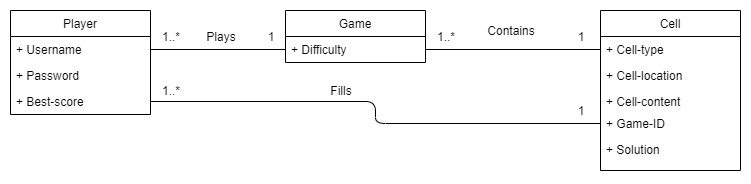
Before: documents/iteration1/images/DomainModel.png, a diagram exported from draw.io (binarytrails/kakuro). Source tidied: cells renumbered, new cells last; positions are measured from the earlier drawing's top-left corner, leaving out a move shared by most shapes. Its diagram source:
```xml
<mxGraphModel>
  <root>
    <mxCell id="0" />
    <mxCell id="1" parent="0" />
    <mxCell id="2" value="Player" style="swimlane;fontStyle=0;horizontal=1;startSize=26;fillColor=none;" parent="1" vertex="1">
      <mxGeometry width="140" height="104" as="geometry" />
    </mxCell>
    <mxCell id="3" value="+ Username&#10;" style="text;strokeColor=none;fillColor=none;align=left;verticalAlign=top;spacingLeft=4;spacingRight=4;overflow=hidden;points=[[0,0.5],[1,0.5]];portConstraint=eastwest;" parent="2" vertex="1">
      <mxGeometry y="26" width="140" height="26" as="geometry" />
    </mxCell>
    <mxCell id="4" value="+ Password&#10;" style="text;strokeColor=none;fillColor=none;align=left;verticalAlign=top;spacingLeft=4;spacingRight=4;overflow=hidden;points=[[0,0.5],[1,0.5]];portConstraint=eastwest;" parent="2" vertex="1">
      <mxGeometry y="52" width="140" height="26" as="geometry" />
    </mxCell>
    <mxCell id="5" value="+ Best-score" style="text;strokeColor=none;fillColor=none;align=left;verticalAlign=top;spacingLeft=4;spacingRight=4;overflow=hidden;points=[[0,0.5],[1,0.5]];portConstraint=eastwest;" parent="2" vertex="1">
      <mxGeometry y="78" width="140" height="26" as="geometry" />
    </mxCell>
    <mxCell id="6" value="Game" style="swimlane;fontStyle=0;horizontal=1;startSize=26;fillColor=none;" parent="1" vertex="1">
      <mxGeometry x="275" width="140" height="52" as="geometry" />
    </mxCell>
    <mxCell id="7" value="+ Difficulty" style="text;strokeColor=none;fillColor=none;align=left;verticalAlign=top;spacingLeft=4;spacingRight=4;overflow=hidden;points=[[0,0.5],[1,0.5]];portConstraint=eastwest;" parent="6" vertex="1">
      <mxGeometry y="26" width="140" height="26" as="geometry" />
    </mxCell>
    <mxCell id="8" value="Cell" style="swimlane;fontStyle=0;horizontal=1;startSize=26;fillColor=none;" parent="1" vertex="1">
      <mxGeometry x="590" width="140" height="160" as="geometry" />
    </mxCell>
    <mxCell id="9" value="+ Cell-type&#10;" style="text;strokeColor=none;fillColor=none;align=left;verticalAlign=top;spacingLeft=4;spacingRight=4;overflow=hidden;points=[[0,0.5],[1,0.5]];portConstraint=eastwest;" parent="8" vertex="1">
      <mxGeometry y="26" width="140" height="26" as="geometry" />
    </mxCell>
    <mxCell id="10" value="+ Cell-location" style="text;strokeColor=none;fillColor=none;align=left;verticalAlign=top;spacingLeft=4;spacingRight=4;overflow=hidden;" parent="8" vertex="1">
      <mxGeometry y="52" width="140" height="26" as="geometry" />
    </mxCell>
    <mxCell id="11" value="+ Cell-content&#10;&#10;" style="text;strokeColor=none;fillColor=none;align=left;verticalAlign=top;spacingLeft=4;spacingRight=4;overflow=hidden;" parent="8" vertex="1">
      <mxGeometry y="78" width="140" height="82" as="geometry" />
    </mxCell>
    <mxCell id="12" value="+ Game-ID" style="text;strokeColor=none;fillColor=none;align=left;verticalAlign=top;spacingLeft=4;spacingRight=4;overflow=hidden;points=[[0,0.5],[1,0.5]];portConstraint=eastwest;" parent="1" vertex="1">
      <mxGeometry x="590" y="100" width="100" height="26" as="geometry" />
    </mxCell>
    <mxCell id="13" value="Plays" style="text;html=1;strokeColor=none;fillColor=none;align=center;verticalAlign=middle;whiteSpace=wrap;rounded=0;" parent="1" vertex="1">
      <mxGeometry x="190" y="16" width="40" height="20" as="geometry" />
    </mxCell>
    <mxCell id="14" style="endArrow=none;html=1;entryX=0;entryY=0.75;entryDx=0;entryDy=0;exitX=1;exitY=0.5;exitDx=0;exitDy=0;" parent="1" edge="1" source="3" target="6">
      <mxGeometry relative="1" as="geometry" />
    </mxCell>
    <mxCell id="15" style="endArrow=none;html=1;exitX=1;exitY=0.75;exitDx=0;exitDy=0;edgeStyle=orthogonalEdgeStyle;entryX=0;entryY=0.5;entryDx=0;entryDy=0;" parent="1" edge="1" source="6" target="9">
      <mxGeometry relative="1" as="geometry" />
    </mxCell>
    <mxCell id="16" style="endArrow=none;html=1;entryX=0;entryY=0.5;entryDx=0;entryDy=0;exitX=1;exitY=0.5;exitDx=0;exitDy=0;edgeStyle=orthogonalEdgeStyle;" parent="1" edge="1" source="5" target="12">
      <mxGeometry relative="1" as="geometry" />
    </mxCell>
    <mxCell id="17" value="Fills" style="text;html=1;strokeColor=none;fillColor=none;align=center;verticalAlign=middle;whiteSpace=wrap;rounded=0;" parent="1" vertex="1">
      <mxGeometry x="310" y="70" width="40" height="20" as="geometry" />
    </mxCell>
    <mxCell id="18" value="Contains" style="text;html=1;strokeColor=none;fillColor=none;align=center;verticalAlign=middle;whiteSpace=wrap;rounded=0;" parent="1" vertex="1">
      <mxGeometry x="480" y="10" width="40" height="20" as="geometry" />
    </mxCell>
    <mxCell id="19" value="+ Solution" style="text;strokeColor=none;fillColor=none;align=left;verticalAlign=top;spacingLeft=4;spacingRight=4;overflow=hidden;" parent="1" vertex="1">
      <mxGeometry x="590" y="126" width="100" height="26" as="geometry" />
    </mxCell>
    <mxCell id="20" value="1..*" style="text;html=1;strokeColor=none;fillColor=none;align=center;verticalAlign=middle;whiteSpace=wrap;rounded=0;" parent="1" vertex="1">
      <mxGeometry x="140" y="16" width="40" height="20" as="geometry" />
    </mxCell>
    <mxCell id="21" value="1" style="text;html=1;strokeColor=none;fillColor=none;align=center;verticalAlign=middle;whiteSpace=wrap;rounded=0;" parent="1" vertex="1">
      <mxGeometry x="550" y="16" width="40" height="20" as="geometry" />
    </mxCell>
    <mxCell id="22" value="1..*" style="text;html=1;strokeColor=none;fillColor=none;align=center;verticalAlign=middle;whiteSpace=wrap;rounded=0;" parent="1" vertex="1">
      <mxGeometry x="415" y="16" width="40" height="20" as="geometry" />
    </mxCell>
    <mxCell id="23" value="1" style="text;html=1;strokeColor=none;fillColor=none;align=center;verticalAlign=middle;whiteSpace=wrap;rounded=0;" parent="1" vertex="1">
      <mxGeometry x="240" y="16" width="40" height="20" as="geometry" />
    </mxCell>
    <mxCell id="24" value="1" style="text;html=1;strokeColor=none;fillColor=none;align=center;verticalAlign=middle;whiteSpace=wrap;rounded=0;" parent="1" vertex="1">
      <mxGeometry x="550" y="90" width="40" height="20" as="geometry" />
    </mxCell>
    <mxCell id="25" value="1..*" style="text;html=1;strokeColor=none;fillColor=none;align=center;verticalAlign=middle;whiteSpace=wrap;rounded=0;" parent="1" vertex="1">
      <mxGeometry x="140" y="70" width="40" height="20" as="geometry" />
    </mxCell>
  </root>
</mxGraphModel>
```
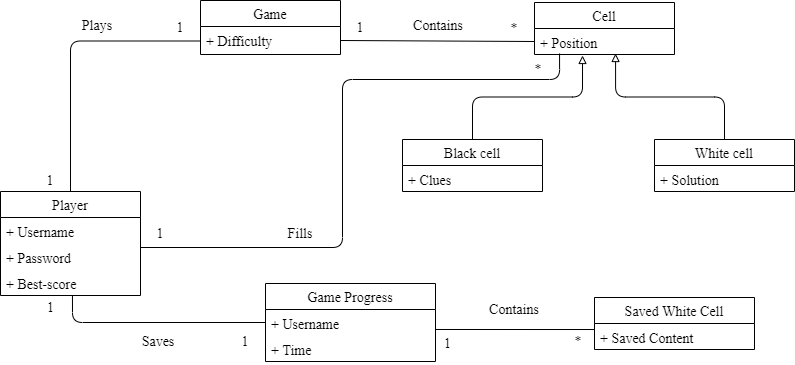
The same diagram one commit later.

Change to the diagram source:
```diff
@@ -2,77 +2,128 @@
   <root>
     <mxCell id="0" />
     <mxCell id="1" parent="0" />
-    <mxCell id="2" value="Player" style="swimlane;fontStyle=0;horizontal=1;startSize=26;fillColor=none;" parent="1" vertex="1">
-      <mxGeometry width="140" height="104" as="geometry" />
+    <mxCell id="2" value="Player" style="swimlane;fontStyle=0;horizontal=1;startSize=26;fillColor=none;fontSize=14;fontFamily=Garamond;" parent="1" vertex="1">
+      <mxGeometry x="-50" y="200" width="140" height="104" as="geometry" />
     </mxCell>
-    <mxCell id="3" value="+ Username&#10;" style="text;strokeColor=none;fillColor=none;align=left;verticalAlign=top;spacingLeft=4;spacingRight=4;overflow=hidden;points=[[0,0.5],[1,0.5]];portConstraint=eastwest;" parent="2" vertex="1">
+    <mxCell id="3" value="+ Username&#10;" style="text;strokeColor=none;fillColor=none;align=left;verticalAlign=top;spacingLeft=4;spacingRight=4;overflow=hidden;points=[[0,0.5],[1,0.5]];portConstraint=eastwest;fontSize=14;fontFamily=Garamond;" parent="2" vertex="1">
       <mxGeometry y="26" width="140" height="26" as="geometry" />
     </mxCell>
-    <mxCell id="4" value="+ Password&#10;" style="text;strokeColor=none;fillColor=none;align=left;verticalAlign=top;spacingLeft=4;spacingRight=4;overflow=hidden;points=[[0,0.5],[1,0.5]];portConstraint=eastwest;" parent="2" vertex="1">
+    <mxCell id="4" value="+ Password&#10;" style="text;strokeColor=none;fillColor=none;align=left;verticalAlign=top;spacingLeft=4;spacingRight=4;overflow=hidden;points=[[0,0.5],[1,0.5]];portConstraint=eastwest;fontSize=14;fontFamily=Garamond;" parent="2" vertex="1">
       <mxGeometry y="52" width="140" height="26" as="geometry" />
     </mxCell>
-    <mxCell id="5" value="+ Best-score" style="text;strokeColor=none;fillColor=none;align=left;verticalAlign=top;spacingLeft=4;spacingRight=4;overflow=hidden;points=[[0,0.5],[1,0.5]];portConstraint=eastwest;" parent="2" vertex="1">
+    <mxCell id="5" value="+ Best-score" style="text;strokeColor=none;fillColor=none;align=left;verticalAlign=top;spacingLeft=4;spacingRight=4;overflow=hidden;points=[[0,0.5],[1,0.5]];portConstraint=eastwest;fontSize=14;fontFamily=Garamond;" parent="2" vertex="1">
       <mxGeometry y="78" width="140" height="26" as="geometry" />
     </mxCell>
-    <mxCell id="6" value="Game" style="swimlane;fontStyle=0;horizontal=1;startSize=26;fillColor=none;" parent="1" vertex="1">
-      <mxGeometry x="275" width="140" height="52" as="geometry" />
+    <mxCell id="6" value="Game" style="swimlane;fontStyle=0;horizontal=1;startSize=26;fillColor=none;fontSize=14;fontFamily=Garamond;" parent="1" vertex="1">
+      <mxGeometry x="150" y="9" width="140" height="54" as="geometry" />
     </mxCell>
-    <mxCell id="7" value="+ Difficulty" style="text;strokeColor=none;fillColor=none;align=left;verticalAlign=top;spacingLeft=4;spacingRight=4;overflow=hidden;points=[[0,0.5],[1,0.5]];portConstraint=eastwest;" parent="6" vertex="1">
-      <mxGeometry y="26" width="140" height="26" as="geometry" />
+    <mxCell id="7" value="+ Difficulty" style="text;strokeColor=none;fillColor=none;align=left;verticalAlign=top;spacingLeft=4;spacingRight=4;overflow=hidden;points=[[0,0.5],[1,0.5]];portConstraint=eastwest;fontSize=14;fontFamily=Garamond;" parent="6" vertex="1">
+      <mxGeometry y="26" width="140" height="28" as="geometry" />
     </mxCell>
-    <mxCell id="8" value="Cell" style="swimlane;fontStyle=0;horizontal=1;startSize=26;fillColor=none;" parent="1" vertex="1">
-      <mxGeometry x="590" width="140" height="160" as="geometry" />
+    <mxCell id="8" value="Cell" style="swimlane;fontStyle=0;horizontal=1;startSize=26;fillColor=none;fontSize=14;fontFamily=Garamond;" parent="1" vertex="1">
+      <mxGeometry x="484" y="11" width="140" height="52" as="geometry" />
     </mxCell>
-    <mxCell id="9" value="+ Cell-type&#10;" style="text;strokeColor=none;fillColor=none;align=left;verticalAlign=top;spacingLeft=4;spacingRight=4;overflow=hidden;points=[[0,0.5],[1,0.5]];portConstraint=eastwest;" parent="8" vertex="1">
-      <mxGeometry y="26" width="140" height="26" as="geometry" />
-    </mxCell>
-    <mxCell id="10" value="+ Cell-location" style="text;strokeColor=none;fillColor=none;align=left;verticalAlign=top;spacingLeft=4;spacingRight=4;overflow=hidden;" parent="8" vertex="1">
-      <mxGeometry y="52" width="140" height="26" as="geometry" />
-    </mxCell>
-    <mxCell id="11" value="+ Cell-content&#10;&#10;" style="text;strokeColor=none;fillColor=none;align=left;verticalAlign=top;spacingLeft=4;spacingRight=4;overflow=hidden;" parent="8" vertex="1">
-      <mxGeometry y="78" width="140" height="82" as="geometry" />
-    </mxCell>
-    <mxCell id="12" value="+ Game-ID" style="text;strokeColor=none;fillColor=none;align=left;verticalAlign=top;spacingLeft=4;spacingRight=4;overflow=hidden;points=[[0,0.5],[1,0.5]];portConstraint=eastwest;" parent="1" vertex="1">
-      <mxGeometry x="590" y="100" width="100" height="26" as="geometry" />
-    </mxCell>
+    <mxCell id="26" value="+ Position" style="text;strokeColor=none;fillColor=none;align=left;verticalAlign=top;spacingLeft=4;spacingRight=4;overflow=hidden;points=[[0,0.5],[1,0.5]];portConstraint=eastwest;fontFamily=Garamond;fontSize=14;" parent="8" vertex="1">
+      <mxGeometry y="26" width="140" height="26" as="geometry" />
+    </mxCell>
-    <mxCell id="13" value="Plays" style="text;html=1;strokeColor=none;fillColor=none;align=center;verticalAlign=middle;whiteSpace=wrap;rounded=0;" parent="1" vertex="1">
-      <mxGeometry x="190" y="16" width="40" height="20" as="geometry" />
+    <mxCell id="13" value="Plays" style="text;html=1;strokeColor=none;fillColor=none;align=center;verticalAlign=middle;whiteSpace=wrap;rounded=0;fontSize=14;fontFamily=Garamond;" parent="1" vertex="1">
+      <mxGeometry x="27" y="24" width="40" height="20" as="geometry" />
     </mxCell>
-    <mxCell id="14" style="endArrow=none;html=1;entryX=0;entryY=0.75;entryDx=0;entryDy=0;exitX=1;exitY=0.5;exitDx=0;exitDy=0;" parent="1" edge="1" source="3" target="6">
+    <mxCell id="14" style="endArrow=none;html=1;entryX=0;entryY=0.75;entryDx=0;entryDy=0;exitX=0.5;exitY=0;exitDx=0;exitDy=0;edgeStyle=orthogonalEdgeStyle;fontSize=14;fontFamily=Garamond;" parent="1" edge="1" source="2" target="6">
       <mxGeometry relative="1" as="geometry" />
     </mxCell>
-    <mxCell id="15" style="endArrow=none;html=1;exitX=1;exitY=0.75;exitDx=0;exitDy=0;edgeStyle=orthogonalEdgeStyle;entryX=0;entryY=0.5;entryDx=0;entryDy=0;" parent="1" edge="1" source="6" target="9">
-      <mxGeometry relative="1" as="geometry" />
-    </mxCell>
-    <mxCell id="16" style="endArrow=none;html=1;entryX=0;entryY=0.5;entryDx=0;entryDy=0;exitX=1;exitY=0.5;exitDx=0;exitDy=0;edgeStyle=orthogonalEdgeStyle;" parent="1" edge="1" source="5" target="12">
-      <mxGeometry relative="1" as="geometry" />
-    </mxCell>
-    <mxCell id="17" value="Fills" style="text;html=1;strokeColor=none;fillColor=none;align=center;verticalAlign=middle;whiteSpace=wrap;rounded=0;" parent="1" vertex="1">
-      <mxGeometry x="310" y="70" width="40" height="20" as="geometry" />
+    <mxCell id="17" value="Fills" style="text;html=1;strokeColor=none;fillColor=none;align=center;verticalAlign=middle;whiteSpace=wrap;rounded=0;fontSize=14;fontFamily=Garamond;" parent="1" vertex="1">
+      <mxGeometry x="230" y="232" width="40" height="20" as="geometry" />
     </mxCell>
-    <mxCell id="18" value="Contains" style="text;html=1;strokeColor=none;fillColor=none;align=center;verticalAlign=middle;whiteSpace=wrap;rounded=0;" parent="1" vertex="1">
-      <mxGeometry x="480" y="10" width="40" height="20" as="geometry" />
+    <mxCell id="18" value="Contains" style="text;html=1;strokeColor=none;fillColor=none;align=center;verticalAlign=middle;whiteSpace=wrap;rounded=0;fontSize=14;fontFamily=Garamond;" parent="1" vertex="1">
+      <mxGeometry x="368" y="24" width="40" height="20" as="geometry" />
     </mxCell>
-    <mxCell id="19" value="+ Solution" style="text;strokeColor=none;fillColor=none;align=left;verticalAlign=top;spacingLeft=4;spacingRight=4;overflow=hidden;" parent="1" vertex="1">
-      <mxGeometry x="590" y="126" width="100" height="26" as="geometry" />
-    </mxCell>
-    <mxCell id="20" value="1..*" style="text;html=1;strokeColor=none;fillColor=none;align=center;verticalAlign=middle;whiteSpace=wrap;rounded=0;" parent="1" vertex="1">
-      <mxGeometry x="140" y="16" width="40" height="20" as="geometry" />
+    <mxCell id="20" value="1" style="text;html=1;strokeColor=none;fillColor=none;align=center;verticalAlign=middle;whiteSpace=wrap;rounded=0;fontSize=14;fontFamily=Garamond;" parent="1" vertex="1">
+      <mxGeometry x="-20" y="179" width="40" height="20" as="geometry" />
     </mxCell>
-    <mxCell id="21" value="1" style="text;html=1;strokeColor=none;fillColor=none;align=center;verticalAlign=middle;whiteSpace=wrap;rounded=0;" parent="1" vertex="1">
-      <mxGeometry x="550" y="16" width="40" height="20" as="geometry" />
+    <mxCell id="21" value="1" style="text;html=1;strokeColor=none;fillColor=none;align=center;verticalAlign=middle;whiteSpace=wrap;rounded=0;fontSize=14;fontFamily=Garamond;" parent="1" vertex="1">
+      <mxGeometry x="290" y="26" width="40" height="20" as="geometry" />
     </mxCell>
-    <mxCell id="22" value="1..*" style="text;html=1;strokeColor=none;fillColor=none;align=center;verticalAlign=middle;whiteSpace=wrap;rounded=0;" parent="1" vertex="1">
-      <mxGeometry x="415" y="16" width="40" height="20" as="geometry" />
+    <mxCell id="22" value="*" style="text;html=1;strokeColor=none;fillColor=none;align=center;verticalAlign=middle;whiteSpace=wrap;rounded=0;fontSize=14;fontFamily=Garamond;" parent="1" vertex="1">
+      <mxGeometry x="444" y="27" width="40" height="20" as="geometry" />
     </mxCell>
-    <mxCell id="23" value="1" style="text;html=1;strokeColor=none;fillColor=none;align=center;verticalAlign=middle;whiteSpace=wrap;rounded=0;" parent="1" vertex="1">
-      <mxGeometry x="240" y="16" width="40" height="20" as="geometry" />
+    <mxCell id="23" value="1" style="text;html=1;strokeColor=none;fillColor=none;align=center;verticalAlign=middle;whiteSpace=wrap;rounded=0;fontSize=14;fontFamily=Garamond;" parent="1" vertex="1">
+      <mxGeometry x="110" y="26" width="40" height="20" as="geometry" />
     </mxCell>
-    <mxCell id="24" value="1" style="text;html=1;strokeColor=none;fillColor=none;align=center;verticalAlign=middle;whiteSpace=wrap;rounded=0;" parent="1" vertex="1">
-      <mxGeometry x="550" y="90" width="40" height="20" as="geometry" />
-    </mxCell>
-    <mxCell id="25" value="1..*" style="text;html=1;strokeColor=none;fillColor=none;align=center;verticalAlign=middle;whiteSpace=wrap;rounded=0;" parent="1" vertex="1">
-      <mxGeometry x="140" y="70" width="40" height="20" as="geometry" />
+    <mxCell id="25" value="1" style="text;html=1;strokeColor=none;fillColor=none;align=center;verticalAlign=middle;whiteSpace=wrap;rounded=0;fontSize=14;fontFamily=Garamond;" parent="1" vertex="1">
+      <mxGeometry x="175" y="340" width="40" height="20" as="geometry" />
     </mxCell>
+    <mxCell id="27" value="Game Progress" style="swimlane;fontStyle=0;horizontal=1;startSize=26;fillColor=none;fontSize=14;fontFamily=Garamond;" parent="1" vertex="1">
+      <mxGeometry x="215" y="292" width="170" height="78" as="geometry" />
+    </mxCell>
+    <mxCell id="28" value="+ Username" style="text;strokeColor=none;fillColor=none;align=left;verticalAlign=top;spacingLeft=4;spacingRight=4;overflow=hidden;points=[[0,0.5],[1,0.5]];portConstraint=eastwest;fontSize=14;fontFamily=Garamond;" parent="27" vertex="1">
+      <mxGeometry y="26" width="170" height="26" as="geometry" />
+    </mxCell>
+    <mxCell id="29" value="+ Time&#10;" style="text;strokeColor=none;fillColor=none;align=left;verticalAlign=top;spacingLeft=4;spacingRight=4;overflow=hidden;fontSize=14;fontFamily=Garamond;" parent="27" vertex="1">
+      <mxGeometry y="52" width="170" height="26" as="geometry" />
+    </mxCell>
+    <mxCell id="30" value="Saved White Cell" style="swimlane;fontStyle=0;horizontal=1;startSize=26;fillColor=none;fontSize=14;fontFamily=Garamond;" parent="1" vertex="1">
+      <mxGeometry x="544" y="306" width="160" height="52" as="geometry" />
+    </mxCell>
+    <mxCell id="31" value="+ Saved Content" style="text;strokeColor=none;fillColor=none;align=left;verticalAlign=top;spacingLeft=4;spacingRight=4;overflow=hidden;points=[[0,0.5],[1,0.5]];portConstraint=eastwest;fontSize=14;fontFamily=Garamond;" parent="30" vertex="1">
+      <mxGeometry y="26" width="160" height="26" as="geometry" />
+    </mxCell>
+    <mxCell id="32" value="Saves" style="text;html=1;strokeColor=none;fillColor=none;align=center;verticalAlign=middle;whiteSpace=wrap;rounded=0;fontSize=14;fontFamily=Garamond;" parent="1" vertex="1">
+      <mxGeometry x="88" y="340" width="40" height="20" as="geometry" />
+    </mxCell>
+    <mxCell id="33" value="Contains" style="text;html=1;strokeColor=none;fillColor=none;align=center;verticalAlign=middle;whiteSpace=wrap;rounded=0;fontSize=14;fontFamily=Garamond;" parent="1" vertex="1">
+      <mxGeometry x="444" y="308" width="40" height="20" as="geometry" />
+    </mxCell>
+    <mxCell id="34" value="1" style="text;html=1;align=center;verticalAlign=middle;fontSize=14;fontFamily=Garamond;" parent="1" vertex="1">
+      <mxGeometry x="-12" y="304" width="24" height="24" as="geometry" />
+    </mxCell>
+    <mxCell id="35" value="1" style="text;html=1;align=center;verticalAlign=middle;fontSize=14;fontFamily=Garamond;" parent="1" vertex="1">
+      <mxGeometry x="385" y="340" width="24" height="24" as="geometry" />
+    </mxCell>
+    <mxCell id="36" style="endArrow=none;html=1;entryX=0;entryY=0.5;entryDx=0;entryDy=0;exitX=1;exitY=0.5;exitDx=0;exitDy=0;fontSize=14;fontFamily=Garamond;" parent="1" edge="1" source="7" target="26">
+      <mxGeometry relative="1" as="geometry" />
+    </mxCell>
+    <mxCell id="37" style="endArrow=none;html=1;entryX=0;entryY=0.5;entryDx=0;entryDy=0;fontSize=14;fontFamily=Garamond;exitX=0.514;exitY=1;exitDx=0;exitDy=0;exitPerimeter=0;edgeStyle=orthogonalEdgeStyle;" parent="1" edge="1" source="5" target="28">
+      <mxGeometry relative="1" as="geometry" />
+    </mxCell>
+    <mxCell id="38" style="endArrow=none;html=1;entryX=0;entryY=0.231;entryDx=0;entryDy=0;exitX=1;exitY=0.769;exitDx=0;exitDy=0;fontSize=14;fontFamily=Garamond;entryPerimeter=0;exitPerimeter=0;" parent="1" edge="1" source="28" target="31">
+      <mxGeometry relative="1" as="geometry" />
+    </mxCell>
+    <mxCell id="39" value="*" style="text;html=1;strokeColor=none;fillColor=none;align=center;verticalAlign=middle;whiteSpace=wrap;rounded=0;fontSize=14;fontFamily=Garamond;" parent="1" vertex="1">
+      <mxGeometry x="508" y="340" width="40" height="20" as="geometry" />
+    </mxCell>
+    <mxCell id="40" value="Black cell" style="swimlane;fontStyle=0;horizontal=1;startSize=26;fillColor=none;fontFamily=Garamond;fontSize=14;" parent="1" vertex="1">
+      <mxGeometry x="352" y="148" width="140" height="52" as="geometry" />
+    </mxCell>
+    <mxCell id="41" value="+ Clues" style="text;strokeColor=none;fillColor=none;align=left;verticalAlign=top;spacingLeft=4;spacingRight=4;overflow=hidden;fontSize=14;fontFamily=Garamond;" parent="40" vertex="1">
+      <mxGeometry y="26" width="140" height="26" as="geometry" />
+    </mxCell>
+    <mxCell id="42" value="White cell" style="swimlane;fontStyle=0;horizontal=1;startSize=26;fillColor=none;fontFamily=Garamond;fontSize=14;" parent="1" vertex="1">
+      <mxGeometry x="604" y="148" width="140" height="52" as="geometry" />
+    </mxCell>
+    <mxCell id="19" value="+ Solution" style="text;strokeColor=none;fillColor=none;align=left;verticalAlign=top;spacingLeft=4;spacingRight=4;overflow=hidden;fontSize=14;fontFamily=Garamond;" parent="42" vertex="1">
+      <mxGeometry y="26" width="140" height="26" as="geometry" />
+    </mxCell>
+    <mxCell id="43" style="endArrow=block;html=1;fontFamily=Garamond;fontSize=14;entryX=0.343;entryY=1.038;entryDx=0;entryDy=0;entryPerimeter=0;exitX=0.5;exitY=0;exitDx=0;exitDy=0;edgeStyle=orthogonalEdgeStyle;endFill=0;" parent="1" edge="1" source="40" target="26">
+      <mxGeometry relative="1" as="geometry" />
+    </mxCell>
+    <mxCell id="44" style="endArrow=none;html=1;fontFamily=Garamond;fontSize=14;entryX=0.5;entryY=0;entryDx=0;entryDy=0;exitX=0.579;exitY=0.962;exitDx=0;exitDy=0;exitPerimeter=0;edgeStyle=orthogonalEdgeStyle;startArrow=block;startFill=0;" parent="1" edge="1" source="26" target="42">
+      <mxGeometry relative="1" as="geometry" />
+    </mxCell>
+    <mxCell id="45" style="endArrow=none;html=1;fontFamily=Garamond;fontSize=14;exitX=1;exitY=0.154;exitDx=0;exitDy=0;exitPerimeter=0;entryX=0.179;entryY=0.962;entryDx=0;entryDy=0;entryPerimeter=0;edgeStyle=orthogonalEdgeStyle;" parent="1" edge="1" source="4" target="26">
+      <mxGeometry relative="1" as="geometry">
+        <Array as="points">
+          <mxPoint x="292" y="256" />
+          <mxPoint x="292" y="88" />
+          <mxPoint x="509" y="88" />
+        </Array>
+      </mxGeometry>
+    </mxCell>
+    <mxCell id="46" value="1" style="text;html=1;strokeColor=none;fillColor=none;align=center;verticalAlign=middle;whiteSpace=wrap;rounded=0;fontSize=14;fontFamily=Garamond;" parent="1" vertex="1">
+      <mxGeometry x="90" y="232" width="40" height="20" as="geometry" />
+    </mxCell>
+    <mxCell id="47" value="*" style="text;html=1;strokeColor=none;fillColor=none;align=center;verticalAlign=middle;whiteSpace=wrap;rounded=0;fontSize=14;fontFamily=Garamond;" parent="1" vertex="1">
+      <mxGeometry x="468" y="68" width="40" height="20" as="geometry" />
+    </mxCell>
   </root>
 </mxGraphModel>
```
